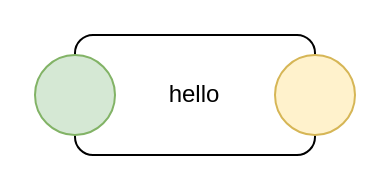
Before: page "Leaf" (1 of 6) of hello world eh.drawio in guitarvydas/eh, a draw.io diagram. Source tidied: cells renumbered, new cells numbered last; positions are measured from the earlier drawing's top-left corner, leaving out a move shared by most shapes. Both pictures are drawn from the tidied source at 200%, with x=0, y=0 at pixel (34, 34).
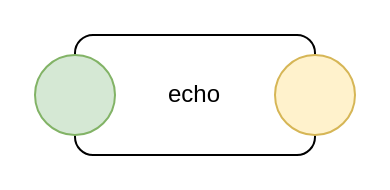
Above is the later version.

Diff of the diagram source:
```diff
@@
 <mxGraphModel>
   <root>
     <mxCell id="0" />
     <mxCell id="1" parent="0" />
-    <mxCell id="2" value="hello" style="rounded=1;whiteSpace=wrap;html=1;" parent="1" vertex="1">
+    <mxCell id="2" value="echo" style="rounded=1;whiteSpace=wrap;html=1;" parent="1" vertex="1">
       <mxGeometry x="20" width="120" height="60" as="geometry" />
     </mxCell>
     <mxCell id="3" style="ellipse;whiteSpace=wrap;html=1;fillColor=#fff2cc;strokeColor=#d6b656;" parent="1" vertex="1">
       <mxGeometry x="120" y="10" width="40" height="40" as="geometry" />
     </mxCell>
     <mxCell id="4" style="ellipse;whiteSpace=wrap;html=1;fillColor=#d5e8d4;strokeColor=#82b366;" parent="1" vertex="1">
       <mxGeometry y="10" width="40" height="40" as="geometry" />
     </mxCell>
   </root>
 </mxGraphModel>
```
